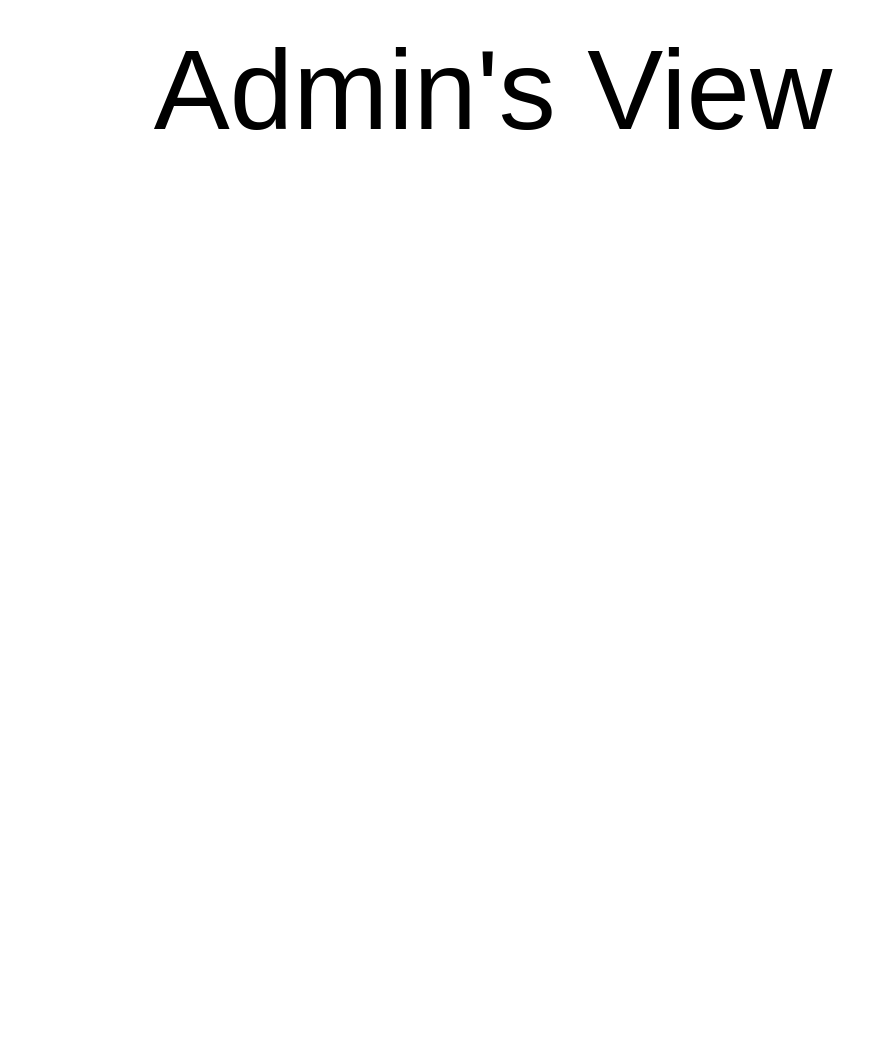
The draw.io diagram VD Plugin Structure.drawio in Theguyhere0/villager-defense-minigame, before the edit. Source tidied: cells renumbered, new cells numbered last; positions are measured from the earlier drawing's top-left corner, leaving out a move shared by most shapes. Both pictures are drawn from the tidied source at 114%, with x=0, y=0 at pixel (131, 25).
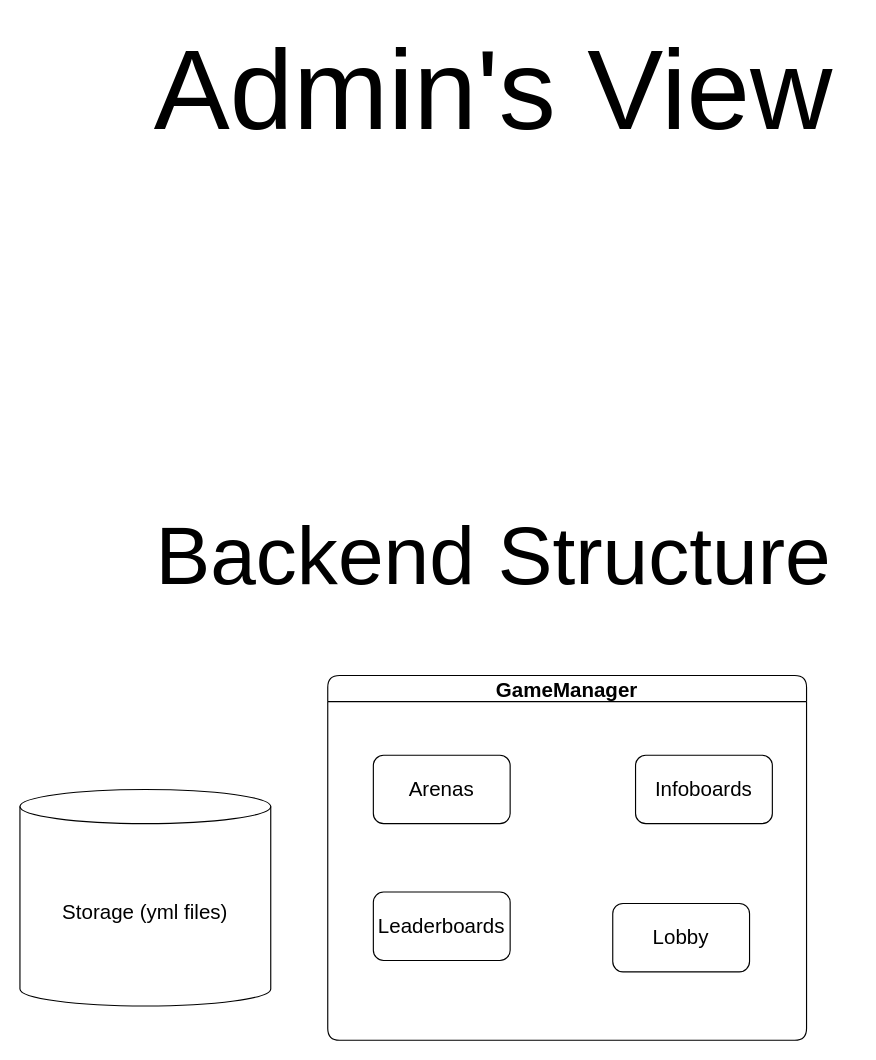
The same page after the edit.

Diff of the diagram source:
```diff
@@
 <mxGraphModel>
   <root>
     <mxCell id="0" />
     <mxCell id="1" parent="0" />
     <mxCell id="2" value="Admin's View" style="text;html=1;strokeColor=none;fillColor=none;align=center;verticalAlign=middle;whiteSpace=wrap;rounded=0;fontSize=100;" parent="1" vertex="1">
       <mxGeometry width="635" height="110" as="geometry" />
     </mxCell>
+    <mxCell id="3" value="Backend Structure" style="text;html=1;strokeColor=none;fillColor=none;align=center;verticalAlign=middle;whiteSpace=wrap;rounded=0;fontSize=72;" parent="1" vertex="1">
+      <mxGeometry y="410" width="635" height="110" as="geometry" />
+    </mxCell>
+    <mxCell id="4" value="GameManager" style="swimlane;fontSize=18;rounded=1;" parent="1" vertex="1">
+      <mxGeometry x="172" y="570" width="420" height="320" as="geometry" />
+    </mxCell>
+    <mxCell id="5" value="Arenas" style="rounded=1;whiteSpace=wrap;html=1;fontSize=18;" parent="4" vertex="1">
+      <mxGeometry x="40" y="70" width="120" height="60" as="geometry" />
+    </mxCell>
+    <mxCell id="6" value="Infoboards" style="rounded=1;whiteSpace=wrap;html=1;fontSize=18;" parent="4" vertex="1">
+      <mxGeometry x="270" y="70" width="120" height="60" as="geometry" />
+    </mxCell>
+    <mxCell id="7" value="Leaderboards" style="rounded=1;whiteSpace=wrap;html=1;fontSize=18;" parent="4" vertex="1">
+      <mxGeometry x="40" y="190" width="120" height="60" as="geometry" />
+    </mxCell>
+    <mxCell id="8" value="Lobby" style="rounded=1;whiteSpace=wrap;html=1;fontSize=18;" parent="4" vertex="1">
+      <mxGeometry x="250" y="200" width="120" height="60" as="geometry" />
+    </mxCell>
+    <mxCell id="9" value="Storage (yml files)" style="shape=cylinder3;whiteSpace=wrap;html=1;boundedLbl=1;backgroundOutline=1;size=15;rounded=1;fontSize=18;" parent="1" vertex="1">
+      <mxGeometry x="-98" y="670" width="220" height="190" as="geometry" />
+    </mxCell>
   </root>
 </mxGraphModel>
```
